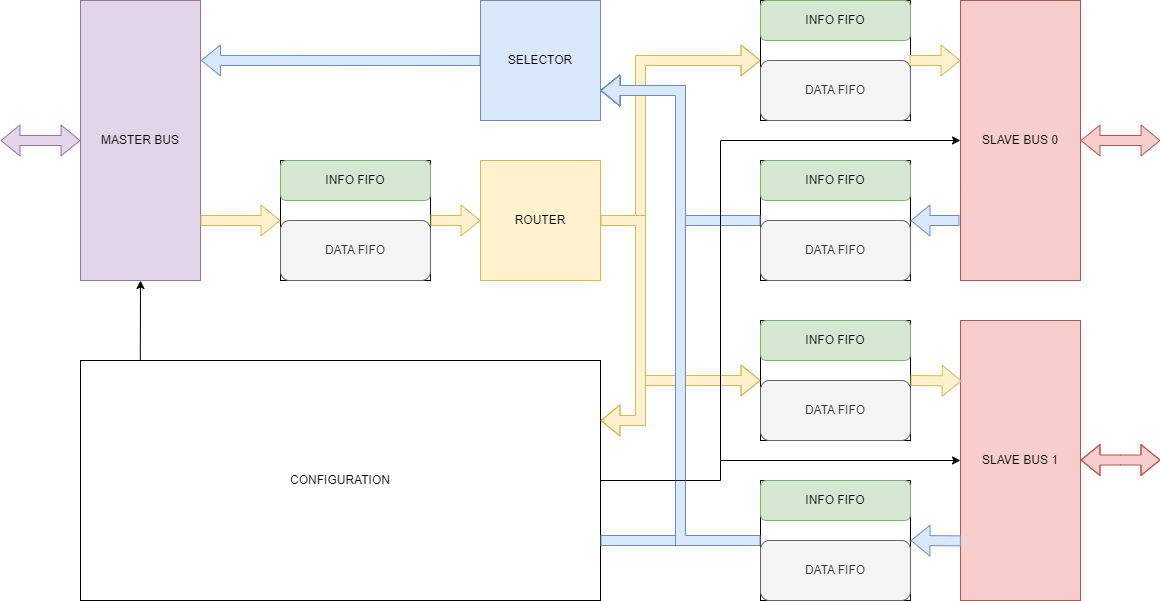
Above: data/Schema_prace.drawio.png in MorrisMK1/Diplomova_prace (draw.io), before the change. Source tidied: cells renumbered, new cells last; positions are measured from the earlier drawing's top-left corner, leaving out a move shared by most shapes. The source it was exported from:
```xml
<mxGraphModel>
  <root>
    <mxCell id="0" />
    <mxCell id="1" parent="0" />
    <mxCell id="2" style="shape=flexArrow;endArrow=classic;html=1;rounded=0;entryX=0;entryY=0.5;entryDx=0;entryDy=0;fillColor=#fff2cc;strokeColor=#d6b656;" parent="1" edge="1" target="8">
      <mxGeometry relative="1" as="geometry">
        <mxPoint x="600" y="220" as="sourcePoint" />
        <Array as="points">
          <mxPoint x="640" y="220" />
          <mxPoint x="640" y="60" />
        </Array>
      </mxGeometry>
    </mxCell>
    <mxCell id="3" style="rounded=0;whiteSpace=wrap;html=1;" parent="1" vertex="1">
      <mxGeometry x="280" y="160" width="150" height="120" as="geometry" />
    </mxCell>
    <mxCell id="4" value="MASTER BUS" style="rounded=0;whiteSpace=wrap;html=1;fillColor=#e1d5e7;strokeColor=#9673a6;" parent="1" vertex="1">
      <mxGeometry x="80" width="120" height="280" as="geometry" />
    </mxCell>
    <mxCell id="5" value="INFO FIFO" style="rounded=1;whiteSpace=wrap;html=1;fillColor=#d5e8d4;strokeColor=#82b366;" parent="1" vertex="1">
      <mxGeometry x="280" y="160" width="150" height="40" as="geometry" />
    </mxCell>
    <mxCell id="6" value="DATA FIFO" style="rounded=1;whiteSpace=wrap;html=1;fillColor=#f5f5f5;strokeColor=#666666;fontColor=#333333;" parent="1" vertex="1">
      <mxGeometry x="280" y="220" width="150" height="60" as="geometry" />
    </mxCell>
    <mxCell id="7" value="ROUTER" style="rounded=0;whiteSpace=wrap;html=1;fillColor=#fff2cc;strokeColor=#d6b656;" parent="1" vertex="1">
      <mxGeometry x="480" y="160" width="120" height="120" as="geometry" />
    </mxCell>
    <mxCell id="8" style="rounded=0;whiteSpace=wrap;html=1;" parent="1" vertex="1">
      <mxGeometry x="760" width="150" height="120" as="geometry" />
    </mxCell>
    <mxCell id="9" value="INFO FIFO" style="rounded=1;whiteSpace=wrap;html=1;fillColor=#d5e8d4;strokeColor=#82b366;" parent="1" vertex="1">
      <mxGeometry x="760" width="150" height="40" as="geometry" />
    </mxCell>
    <mxCell id="10" value="DATA FIFO" style="rounded=1;whiteSpace=wrap;html=1;fillColor=#f5f5f5;strokeColor=#666666;fontColor=#333333;" parent="1" vertex="1">
      <mxGeometry x="760" y="60" width="150" height="60" as="geometry" />
    </mxCell>
    <mxCell id="11" style="rounded=0;whiteSpace=wrap;html=1;" parent="1" vertex="1">
      <mxGeometry x="760" y="160" width="150" height="120" as="geometry" />
    </mxCell>
    <mxCell id="12" value="INFO FIFO" style="rounded=1;whiteSpace=wrap;html=1;fillColor=#d5e8d4;strokeColor=#82b366;" parent="1" vertex="1">
      <mxGeometry x="760" y="160" width="150" height="40" as="geometry" />
    </mxCell>
    <mxCell id="13" value="DATA FIFO" style="rounded=1;whiteSpace=wrap;html=1;fillColor=#f5f5f5;strokeColor=#666666;fontColor=#333333;" parent="1" vertex="1">
      <mxGeometry x="760" y="220" width="150" height="60" as="geometry" />
    </mxCell>
    <mxCell id="14" style="rounded=0;whiteSpace=wrap;html=1;" parent="1" vertex="1">
      <mxGeometry x="760" y="320" width="150" height="120" as="geometry" />
    </mxCell>
    <mxCell id="15" value="INFO FIFO" style="rounded=1;whiteSpace=wrap;html=1;fillColor=#d5e8d4;strokeColor=#82b366;" parent="1" vertex="1">
      <mxGeometry x="760" y="320" width="150" height="40" as="geometry" />
    </mxCell>
    <mxCell id="16" value="DATA FIFO" style="rounded=1;whiteSpace=wrap;html=1;fillColor=#f5f5f5;strokeColor=#666666;fontColor=#333333;" parent="1" vertex="1">
      <mxGeometry x="760" y="380" width="150" height="60" as="geometry" />
    </mxCell>
    <mxCell id="17" style="rounded=0;whiteSpace=wrap;html=1;" parent="1" vertex="1">
      <mxGeometry x="760" y="480" width="150" height="120" as="geometry" />
    </mxCell>
    <mxCell id="18" value="INFO FIFO" style="rounded=1;whiteSpace=wrap;html=1;fillColor=#d5e8d4;strokeColor=#82b366;" parent="1" vertex="1">
      <mxGeometry x="760" y="480" width="150" height="40" as="geometry" />
    </mxCell>
    <mxCell id="19" value="DATA FIFO" style="rounded=1;whiteSpace=wrap;html=1;fillColor=#f5f5f5;strokeColor=#666666;fontColor=#333333;" parent="1" vertex="1">
      <mxGeometry x="760" y="540" width="150" height="60" as="geometry" />
    </mxCell>
    <mxCell id="20" value="CONFIGURATION" style="rounded=0;whiteSpace=wrap;html=1;" parent="1" vertex="1">
      <mxGeometry x="80" y="360" width="520" height="240" as="geometry" />
    </mxCell>
    <mxCell id="21" value="SLAVE BUS 1" style="rounded=0;whiteSpace=wrap;html=1;fillColor=#f8cecc;strokeColor=#b85450;" parent="1" vertex="1">
      <mxGeometry x="960" y="320" width="120" height="280" as="geometry" />
    </mxCell>
    <mxCell id="22" value="SLAVE BUS 0" style="rounded=0;whiteSpace=wrap;html=1;fillColor=#f8cecc;strokeColor=#b85450;" parent="1" vertex="1">
      <mxGeometry x="960" width="120" height="280" as="geometry" />
    </mxCell>
    <mxCell id="23" value="SELECTOR" style="rounded=0;whiteSpace=wrap;html=1;fillColor=#dae8fc;strokeColor=#6c8ebf;" parent="1" vertex="1">
      <mxGeometry x="480" width="120" height="120" as="geometry" />
    </mxCell>
    <mxCell id="24" style="shape=flexArrow;endArrow=classic;html=1;rounded=0;entryX=0;entryY=0.5;entryDx=0;entryDy=0;fillColor=#fff2cc;strokeColor=#d6b656;" parent="1" edge="1" target="3">
      <mxGeometry relative="1" as="geometry">
        <mxPoint x="200" y="220" as="sourcePoint" />
      </mxGeometry>
    </mxCell>
    <mxCell id="25" style="shape=flexArrow;endArrow=classic;html=1;rounded=0;exitX=1;exitY=0;exitDx=0;exitDy=0;fillColor=#fff2cc;strokeColor=#d6b656;" parent="1" edge="1" source="6">
      <mxGeometry relative="1" as="geometry">
        <mxPoint x="480" y="220" as="targetPoint" />
      </mxGeometry>
    </mxCell>
    <mxCell id="26" style="shape=flexArrow;endArrow=classic;html=1;rounded=0;exitX=1;exitY=0.5;exitDx=0;exitDy=0;entryX=0;entryY=0;entryDx=0;entryDy=0;fillColor=#fff2cc;strokeColor=#d6b656;" parent="1" edge="1" source="7" target="16">
      <mxGeometry relative="1" as="geometry">
        <Array as="points">
          <mxPoint x="640" y="220" />
          <mxPoint x="640" y="380" />
        </Array>
      </mxGeometry>
    </mxCell>
    <mxCell id="27" style="shape=flexArrow;endArrow=classic;html=1;rounded=0;entryX=1;entryY=0.25;entryDx=0;entryDy=0;fillColor=#fff2cc;strokeColor=#d6b656;exitX=1;exitY=0.5;exitDx=0;exitDy=0;" parent="1" edge="1" source="7" target="20">
      <mxGeometry relative="1" as="geometry">
        <Array as="points">
          <mxPoint x="640" y="220" />
          <mxPoint x="640" y="420" />
        </Array>
      </mxGeometry>
    </mxCell>
    <mxCell id="28" style="shape=flexArrow;endArrow=classic;html=1;rounded=0;exitX=1;exitY=0;exitDx=0;exitDy=0;entryX=0.01;entryY=0.216;entryDx=0;entryDy=0;entryPerimeter=0;fillColor=#fff2cc;strokeColor=#d6b656;" parent="1" edge="1" source="16" target="21">
      <mxGeometry relative="1" as="geometry" />
    </mxCell>
    <mxCell id="29" style="shape=flexArrow;endArrow=classic;html=1;rounded=0;exitX=0.003;exitY=0.787;exitDx=0;exitDy=0;entryX=1;entryY=0.5;entryDx=0;entryDy=0;exitPerimeter=0;fillColor=#dae8fc;strokeColor=#6c8ebf;" parent="1" edge="1" source="21" target="17">
      <mxGeometry relative="1" as="geometry" />
    </mxCell>
    <mxCell id="30" style="shape=flexArrow;endArrow=classic;html=1;rounded=0;exitX=1;exitY=0;exitDx=0;exitDy=0;entryX=0.01;entryY=0.216;entryDx=0;entryDy=0;entryPerimeter=0;fillColor=#fff2cc;strokeColor=#d6b656;" parent="1" edge="1">
      <mxGeometry relative="1" as="geometry">
        <mxPoint x="909" y="60" as="sourcePoint" />
        <mxPoint x="960" y="60" as="targetPoint" />
      </mxGeometry>
    </mxCell>
    <mxCell id="31" style="shape=flexArrow;endArrow=classic;html=1;rounded=0;exitX=1;exitY=0;exitDx=0;exitDy=0;entryX=1;entryY=0;entryDx=0;entryDy=0;fillColor=#dae8fc;strokeColor=#6c8ebf;" parent="1" edge="1" target="13">
      <mxGeometry relative="1" as="geometry">
        <mxPoint x="959" y="220" as="sourcePoint" />
      </mxGeometry>
    </mxCell>
    <mxCell id="32" style="shape=flexArrow;endArrow=classic;html=1;rounded=0;exitX=1;exitY=0.75;exitDx=0;exitDy=0;entryX=1;entryY=0.75;entryDx=0;entryDy=0;fillColor=#dae8fc;strokeColor=#6c8ebf;" parent="1" edge="1" source="20" target="23">
      <mxGeometry relative="1" as="geometry">
        <Array as="points">
          <mxPoint x="680" y="540" />
          <mxPoint x="680" y="90" />
        </Array>
      </mxGeometry>
    </mxCell>
    <mxCell id="33" style="shape=flexArrow;endArrow=classic;html=1;rounded=0;exitX=0;exitY=0.5;exitDx=0;exitDy=0;entryX=1;entryY=0.75;entryDx=0;entryDy=0;fillColor=#dae8fc;strokeColor=#6c8ebf;" parent="1" edge="1" source="11" target="23">
      <mxGeometry relative="1" as="geometry">
        <Array as="points">
          <mxPoint x="680" y="220" />
          <mxPoint x="680" y="90" />
        </Array>
      </mxGeometry>
    </mxCell>
    <mxCell id="34" style="shape=flexArrow;endArrow=classic;html=1;rounded=0;exitX=0;exitY=0;exitDx=0;exitDy=0;fillColor=#dae8fc;strokeColor=#6c8ebf;" parent="1" edge="1" source="19">
      <mxGeometry relative="1" as="geometry">
        <mxPoint x="600" y="90" as="targetPoint" />
        <Array as="points">
          <mxPoint x="680" y="540" />
          <mxPoint x="680" y="90" />
        </Array>
      </mxGeometry>
    </mxCell>
    <mxCell id="35" style="endArrow=classic;html=1;rounded=0;exitX=1;exitY=0.5;exitDx=0;exitDy=0;entryX=0;entryY=0.5;entryDx=0;entryDy=0;" parent="1" edge="1" source="20" target="22">
      <mxGeometry relative="1" as="geometry">
        <Array as="points">
          <mxPoint x="720" y="480" />
          <mxPoint x="720" y="140" />
        </Array>
      </mxGeometry>
    </mxCell>
    <mxCell id="36" style="endArrow=classic;html=1;rounded=0;entryX=0;entryY=0.5;entryDx=0;entryDy=0;" parent="1" edge="1" target="21">
      <mxGeometry relative="1" as="geometry">
        <mxPoint x="720" y="460" as="sourcePoint" />
      </mxGeometry>
    </mxCell>
    <mxCell id="37" style="shape=flexArrow;endArrow=classic;html=1;rounded=0;entryX=1.004;entryY=0.214;entryDx=0;entryDy=0;exitX=0;exitY=0.5;exitDx=0;exitDy=0;entryPerimeter=0;fillColor=#dae8fc;strokeColor=#6c8ebf;" parent="1" edge="1" source="23" target="4">
      <mxGeometry relative="1" as="geometry" />
    </mxCell>
    <mxCell id="38" style="endArrow=classic;html=1;rounded=0;exitX=0.115;exitY=-0.002;exitDx=0;exitDy=0;exitPerimeter=0;entryX=0.5;entryY=1;entryDx=0;entryDy=0;" parent="1" edge="1" source="20" target="4">
      <mxGeometry relative="1" as="geometry" />
    </mxCell>
    <mxCell id="39" style="shape=flexArrow;endArrow=classic;startArrow=classic;html=1;rounded=0;entryX=0;entryY=0.5;entryDx=0;entryDy=0;fillColor=#e1d5e7;strokeColor=#9673a6;" parent="1" edge="1" target="4">
      <mxGeometry relative="1" as="geometry">
        <mxPoint y="140" as="sourcePoint" />
      </mxGeometry>
    </mxCell>
    <mxCell id="40" style="shape=flexArrow;endArrow=classic;startArrow=classic;html=1;rounded=0;entryX=1;entryY=0.5;entryDx=0;entryDy=0;fillColor=#f8cecc;strokeColor=#b85450;" parent="1" edge="1" target="22">
      <mxGeometry relative="1" as="geometry">
        <mxPoint x="1160" y="140" as="sourcePoint" />
      </mxGeometry>
    </mxCell>
    <mxCell id="41" style="shape=flexArrow;endArrow=classic;startArrow=classic;html=1;rounded=0;entryX=1;entryY=0.5;entryDx=0;entryDy=0;fillColor=#f8cecc;strokeColor=#b85450;" parent="1" edge="1">
      <mxGeometry relative="1" as="geometry">
        <mxPoint x="1160" y="459.5" as="sourcePoint" />
        <mxPoint x="1080" y="459.5" as="targetPoint" />
        <Array as="points">
          <mxPoint x="1120" y="459.5" />
        </Array>
      </mxGeometry>
    </mxCell>
  </root>
</mxGraphModel>
```
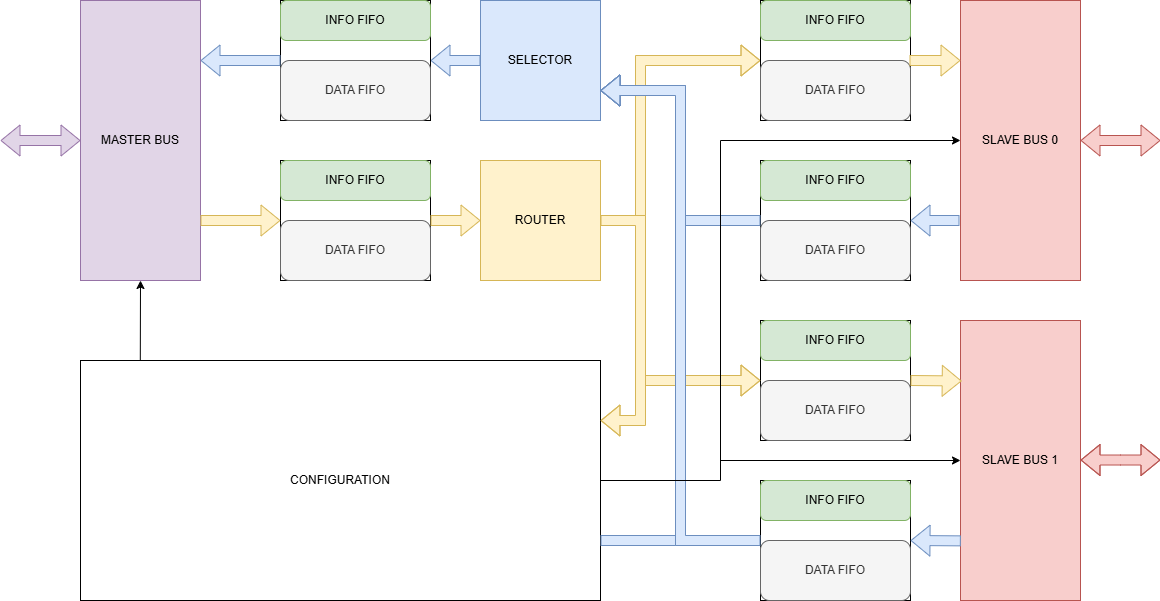
After the commit.

Change to the diagram source:
```diff
@@ -155,8 +155,10 @@
         <mxPoint x="720" y="460" as="sourcePoint" />
       </mxGeometry>
     </mxCell>
-    <mxCell id="37" style="shape=flexArrow;endArrow=classic;html=1;rounded=0;entryX=1.004;entryY=0.214;entryDx=0;entryDy=0;exitX=0;exitY=0.5;exitDx=0;exitDy=0;entryPerimeter=0;fillColor=#dae8fc;strokeColor=#6c8ebf;" parent="1" edge="1" source="23" target="4">
-      <mxGeometry relative="1" as="geometry" />
+    <mxCell id="37" style="shape=flexArrow;endArrow=classic;html=1;rounded=0;exitX=0;exitY=0.5;exitDx=0;exitDy=0;fillColor=#dae8fc;strokeColor=#6c8ebf;" parent="1" edge="1" source="23">
+      <mxGeometry relative="1" as="geometry">
+        <mxPoint x="430" y="60" as="targetPoint" />
+      </mxGeometry>
     </mxCell>
     <mxCell id="38" style="endArrow=classic;html=1;rounded=0;exitX=0.115;exitY=-0.002;exitDx=0;exitDy=0;exitPerimeter=0;entryX=0.5;entryY=1;entryDx=0;entryDy=0;" parent="1" edge="1" source="20" target="4">
       <mxGeometry relative="1" as="geometry" />
@@ -180,5 +182,20 @@
         </Array>
       </mxGeometry>
     </mxCell>
+    <mxCell id="42" style="rounded=0;whiteSpace=wrap;html=1;" parent="1" vertex="1">
+      <mxGeometry x="280" width="150" height="120" as="geometry" />
+    </mxCell>
+    <mxCell id="43" value="INFO FIFO" style="rounded=1;whiteSpace=wrap;html=1;fillColor=#d5e8d4;strokeColor=#82b366;" parent="1" vertex="1">
+      <mxGeometry x="280" width="150" height="40" as="geometry" />
+    </mxCell>
+    <mxCell id="44" value="DATA FIFO" style="rounded=1;whiteSpace=wrap;html=1;fillColor=#f5f5f5;strokeColor=#666666;fontColor=#333333;" parent="1" vertex="1">
+      <mxGeometry x="280" y="60" width="150" height="60" as="geometry" />
+    </mxCell>
+    <mxCell id="45" style="shape=flexArrow;endArrow=classic;html=1;rounded=0;exitX=0;exitY=0.5;exitDx=0;exitDy=0;fillColor=#dae8fc;strokeColor=#6c8ebf;" parent="1" edge="1">
+      <mxGeometry relative="1" as="geometry">
+        <mxPoint x="280" y="60" as="sourcePoint" />
+        <mxPoint x="200" y="60" as="targetPoint" />
+      </mxGeometry>
+    </mxCell>
   </root>
 </mxGraphModel>
```
